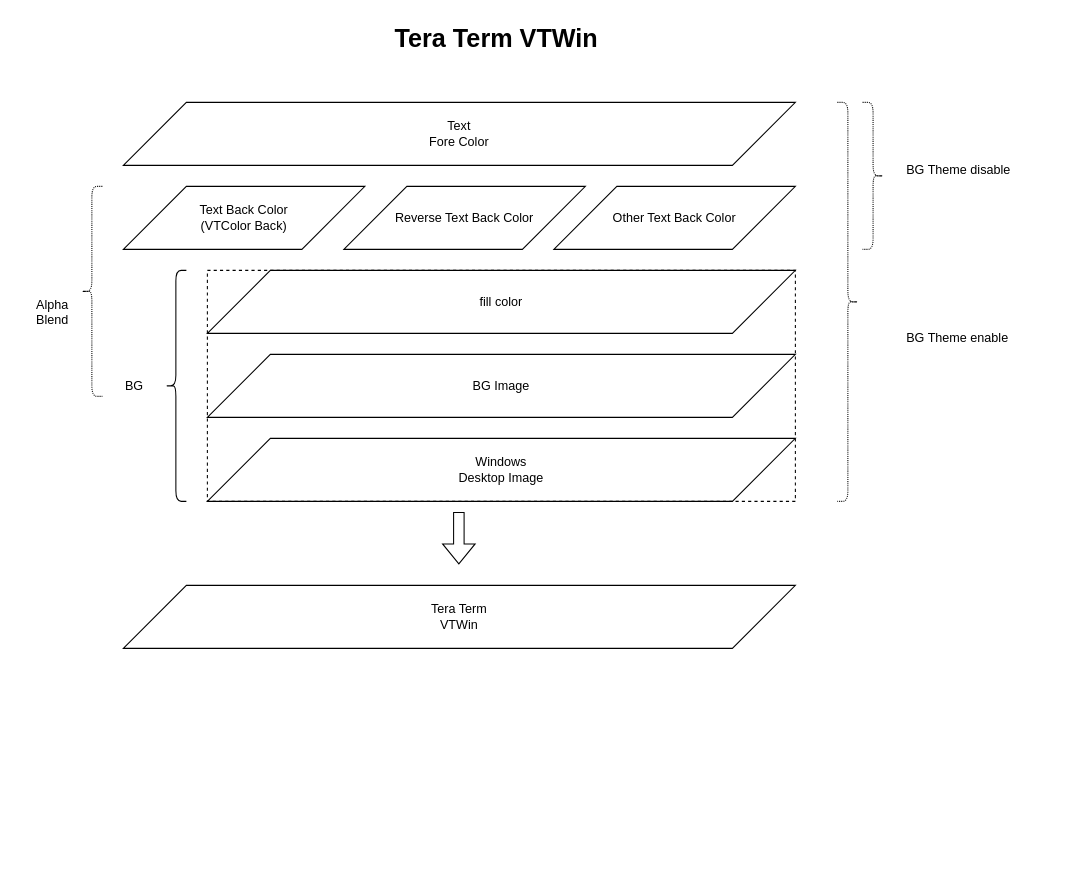
Earlier version of the draw.io diagram manual/5/ja/menu/setup-additional-visual-theme.drawio (TeraTermProject/TeraTermProject.github.io). Source tidied: cells renumbered, new cells numbered last; positions are measured from the earlier drawing's top-left corner, leaving out a move shared by most shapes. Both pictures are drawn from the tidied source at 105%, with x=0, y=0 at pixel (18, 18). Pictures stored in the file or linked from it are replaced by grey dashed boxes.
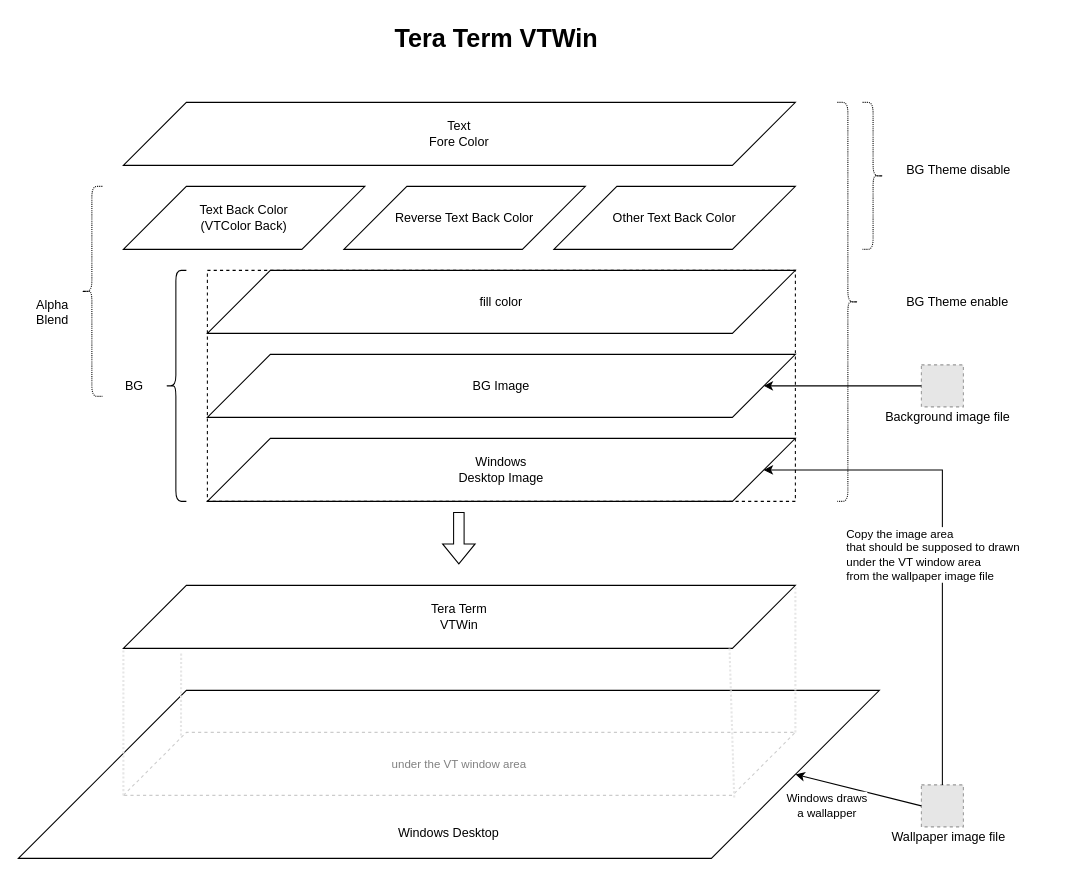
The same page after the edit.

Unchanged cells that the change refers to:
```xml
<mxCell id="8" value="Tera Term&lt;br&gt;VTWin" style="shape=parallelogram;perimeter=parallelogramPerimeter;whiteSpace=wrap;html=1;fixedSize=1;size=60;" parent="1" vertex="1">
  <mxGeometry x="100" y="540" width="640" height="60" as="geometry" />
</mxCell>
<mxCell id="12" style="rounded=0;whiteSpace=wrap;html=1;fillColor=none;dashed=1;" parent="1" vertex="1">
  <mxGeometry x="180" y="240" width="560" height="220" as="geometry" />
</mxCell>
```

Change to the diagram source:
```diff
@@
     <mxCell id="20" value="BG Theme enable" style="text;html=1;strokeColor=none;fillColor=none;align=left;verticalAlign=middle;whiteSpace=wrap;rounded=0;dashed=1;dashPattern=1 1;" parent="1" vertex="1">
-      <mxGeometry x="844" y="290" width="140" height="30" as="geometry" />
+      <mxGeometry x="844" y="255" width="140" height="30" as="geometry" />
     </mxCell>
+    <mxCell id="21" style="fillColor=#E6E6E6;strokeColor=#999999;dashed=1;html=1;verticalAlign=top;verticalLabelPosition=bottom;labelBackgroundColor=#ffffff;" parent="1" vertex="1">
+      <mxGeometry x="860" y="330" width="40" height="40" as="geometry" />
+    </mxCell>
+    <mxCell id="22" value="Background image file" style="text;html=1;strokeColor=none;fillColor=none;align=left;verticalAlign=middle;whiteSpace=wrap;rounded=0;dashed=1;dashPattern=1 1;" parent="1" vertex="1">
+      <mxGeometry x="824" y="370" width="126" height="20" as="geometry" />
+    </mxCell>
+    <mxCell id="23" style="endArrow=classic;html=1;rounded=0;exitX=0;exitY=0.5;exitDx=0;exitDy=0;entryX=0.946;entryY=0.5;entryDx=0;entryDy=0;entryPerimeter=0;" parent="1" edge="1" source="21" target="12">
+      <mxGeometry relative="1" as="geometry" />
+    </mxCell>
+    <mxCell id="24" value="Windows Desktop&lt;div&gt;&lt;br&gt;&lt;/div&gt;" style="shape=parallelogram;perimeter=parallelogramPerimeter;whiteSpace=wrap;html=1;fixedSize=1;size=160;verticalAlign=bottom;" parent="1" vertex="1">
+      <mxGeometry y="640" width="820" height="160" as="geometry" />
+    </mxCell>
+    <mxCell id="25" style="fillColor=#E6E6E6;strokeColor=#999999;dashed=1;html=1;verticalAlign=top;verticalLabelPosition=bottom;labelBackgroundColor=#ffffff;" parent="1" vertex="1">
+      <mxGeometry x="860" y="730" width="40" height="40" as="geometry" />
+    </mxCell>
+    <mxCell id="26" value="Wallpaper image file" style="text;html=1;strokeColor=none;fillColor=none;align=left;verticalAlign=middle;whiteSpace=wrap;rounded=0;dashed=1;dashPattern=1 1;" parent="1" vertex="1">
+      <mxGeometry x="830" y="770" width="120" height="20" as="geometry" />
+    </mxCell>
+    <mxCell id="27" value="Windows draws&lt;div&gt;a wallapper&lt;/div&gt;" style="endArrow=classic;html=1;rounded=0;exitX=0;exitY=0.5;exitDx=0;exitDy=0;entryX=1;entryY=0.5;entryDx=0;entryDy=0;" parent="1" edge="1" source="25" target="24">
+      <mxGeometry x="0.41" y="22" relative="1" as="geometry" />
+    </mxCell>
+    <mxCell id="28" style="endArrow=classic;html=1;rounded=0;exitX=0.5;exitY=0;exitDx=0;exitDy=0;edgeStyle=orthogonalEdgeStyle;entryX=0.946;entryY=0.864;entryDx=0;entryDy=0;entryPerimeter=0;" parent="1" edge="1" source="25" target="12">
+      <mxGeometry relative="1" as="geometry">
+        <Array as="points">
+          <mxPoint x="880" y="430" />
+        </Array>
+      </mxGeometry>
+    </mxCell>
+    <mxCell id="29" value="&lt;div style=&quot;text-align: left;&quot;&gt;Copy the image area&lt;/div&gt;&lt;div style=&quot;text-align: left;&quot;&gt;that should be supposed to drawn&lt;/div&gt;&lt;div style=&quot;text-align: left;&quot;&gt;under the VT window area&lt;/div&gt;&lt;div style=&quot;text-align: left;&quot;&gt;from the wallpaper image file&lt;br&gt;&lt;/div&gt;" style="edgeLabel;html=1;align=center;verticalAlign=middle;" parent="28" vertex="1">
+      <mxGeometry x="-0.16" y="-5" relative="1" as="geometry">
+        <mxPoint x="-15" y="-23" as="offset" />
+      </mxGeometry>
+    </mxCell>
+    <mxCell id="30" value="&lt;span style=&quot;font-size: 11px; text-align: left; text-wrap: nowrap; background-color: rgb(255, 255, 255);&quot;&gt;under the VT window area&lt;/span&gt;" style="shape=parallelogram;perimeter=parallelogramPerimeter;whiteSpace=wrap;html=1;fixedSize=1;size=60;dashed=1;strokeColor=#CCCCCC;fontColor=#808080;" parent="1" vertex="1">
+      <mxGeometry x="100" y="680" width="640" height="60" as="geometry" />
+    </mxCell>
+    <mxCell id="31" style="endArrow=none;dashed=1;html=1;strokeWidth=2;rounded=0;entryX=0;entryY=1;entryDx=0;entryDy=0;exitX=0;exitY=1;exitDx=0;exitDy=0;dashPattern=1 1;strokeColor=#E6E6E6;" parent="1" edge="1" source="30" target="8">
+      <mxGeometry relative="1" as="geometry" />
+    </mxCell>
+    <mxCell id="32" style="endArrow=none;dashed=1;html=1;strokeWidth=2;rounded=0;entryX=0.902;entryY=1;entryDx=0;entryDy=0;exitX=0.909;exitY=1.033;exitDx=0;exitDy=0;dashPattern=1 1;strokeColor=#E6E6E6;entryPerimeter=0;exitPerimeter=0;" parent="1" edge="1" source="30" target="8">
+      <mxGeometry relative="1" as="geometry" />
+    </mxCell>
+    <mxCell id="33" style="endArrow=none;dashed=1;html=1;strokeWidth=2;rounded=0;entryX=1;entryY=0;entryDx=0;entryDy=0;exitX=1;exitY=0;exitDx=0;exitDy=0;dashPattern=1 1;strokeColor=#E6E6E6;" parent="1" edge="1" source="30" target="8">
+      <mxGeometry relative="1" as="geometry" />
+    </mxCell>
+    <mxCell id="34" style="endArrow=none;dashed=1;html=1;strokeWidth=2;rounded=0;entryX=0;entryY=0;entryDx=0;entryDy=0;dashPattern=1 1;strokeColor=#E6E6E6;exitX=0.086;exitY=1.083;exitDx=0;exitDy=0;exitPerimeter=0;" parent="1" edge="1" source="8" target="30">
+      <mxGeometry relative="1" as="geometry" />
+    </mxCell>
```
